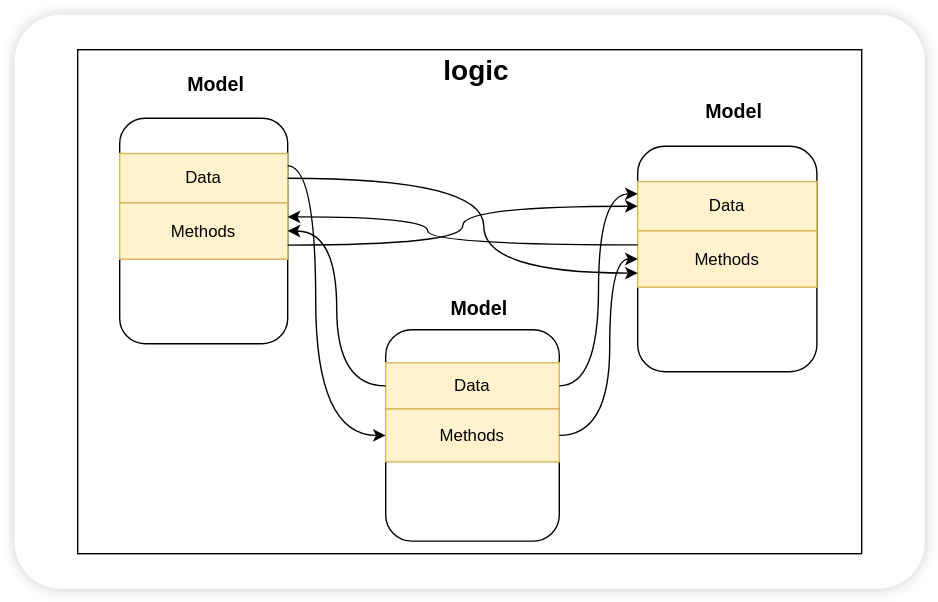
This is packages/public/logic-complex.drawio.svg from fluthjs/fluth-vue, a draw.io export, as it was before one commit. Source tidied: cells renumbered, new cells last; positions are measured from the earlier drawing's top-left corner, leaving out a move shared by most shapes. Its diagram source:
```xml
<mxGraphModel>
  <root>
    <mxCell id="0" />
    <mxCell id="1" parent="0" />
    <mxCell id="2" style="rounded=1;whiteSpace=wrap;html=1;fontFamily=Helvetica;fontSize=11;fontColor=default;labelBackgroundColor=default;arcSize=8;shadow=1;glass=0;strokeColor=none;shadowOffsetX=0;shadowOffsetY=0;shadowBlur=5;shadowColor=#333333;" parent="1" vertex="1">
      <mxGeometry width="650" height="410" as="geometry" />
    </mxCell>
    <mxCell id="3" style="rounded=0;whiteSpace=wrap;html=1;" parent="1" vertex="1">
      <mxGeometry x="45" y="25" width="560" height="360" as="geometry" />
    </mxCell>
    <mxCell id="4" value="&lt;font style=&quot;font-size: 20px;&quot;&gt;&lt;b&gt;logic&lt;/b&gt;&lt;/font&gt;" style="text;html=1;align=center;verticalAlign=middle;whiteSpace=wrap;rounded=0;fontFamily=Helvetica;fontSize=11;fontColor=default;labelBackgroundColor=default;" parent="1" vertex="1">
      <mxGeometry x="300" y="24" width="60" height="30" as="geometry" />
    </mxCell>
    <mxCell id="5" value="&lt;b&gt;&lt;font style=&quot;font-size: 14px;&quot;&gt;Model&lt;/font&gt;&lt;/b&gt;" style="text;html=1;align=center;verticalAlign=middle;whiteSpace=wrap;rounded=0;" parent="1" vertex="1">
      <mxGeometry x="114" y="35" width="60" height="30" as="geometry" />
    </mxCell>
    <mxCell id="6" value="&lt;b&gt;&lt;font style=&quot;font-size: 14px;&quot;&gt;Model&lt;/font&gt;&lt;/b&gt;" style="text;html=1;align=center;verticalAlign=middle;whiteSpace=wrap;rounded=0;" parent="1" vertex="1">
      <mxGeometry x="302" y="195" width="60" height="30" as="geometry" />
    </mxCell>
    <mxCell id="7" value="&lt;b&gt;&lt;font style=&quot;font-size: 14px;&quot;&gt;Model&lt;/font&gt;&lt;/b&gt;" style="text;html=1;align=center;verticalAlign=middle;whiteSpace=wrap;rounded=0;" parent="1" vertex="1">
      <mxGeometry x="484" y="54" width="60" height="30" as="geometry" />
    </mxCell>
    <mxCell id="8" style="group;direction=east;" parent="1" vertex="1">
      <mxGeometry x="75" y="74" width="120" height="161" as="geometry" />
    </mxCell>
    <mxCell id="9" style="rounded=1;whiteSpace=wrap;html=1;" parent="8" vertex="1">
      <mxGeometry width="120" height="161" as="geometry" />
    </mxCell>
    <mxCell id="10" value="Data" style="rounded=0;whiteSpace=wrap;html=1;fillColor=#fff2cc;strokeColor=#d6b656;" parent="8" vertex="1">
      <mxGeometry y="25.2" width="120" height="35.2" as="geometry" />
    </mxCell>
    <mxCell id="11" value="Methods" style="rounded=0;whiteSpace=wrap;html=1;fillColor=#fff2cc;strokeColor=#d6b656;" parent="8" vertex="1">
      <mxGeometry y="60.4" width="120" height="40.2" as="geometry" />
    </mxCell>
    <mxCell id="12" style="group;" parent="1" vertex="1">
      <mxGeometry x="265" y="225" width="124" height="151" as="geometry" />
    </mxCell>
    <mxCell id="13" style="rounded=1;whiteSpace=wrap;html=1;" parent="12" vertex="1">
      <mxGeometry width="124" height="151" as="geometry" />
    </mxCell>
    <mxCell id="14" value="Data" style="rounded=0;whiteSpace=wrap;html=1;fillColor=#fff2cc;strokeColor=#d6b656;" parent="12" vertex="1">
      <mxGeometry y="23.6" width="124" height="33" as="geometry" />
    </mxCell>
    <mxCell id="15" value="Methods" style="rounded=0;whiteSpace=wrap;html=1;fillColor=#fff2cc;strokeColor=#d6b656;" parent="12" vertex="1">
      <mxGeometry y="56.6" width="124" height="37.8" as="geometry" />
    </mxCell>
    <mxCell id="16" style="group;" parent="1" vertex="1">
      <mxGeometry x="445" y="94" width="128" height="161" as="geometry" />
    </mxCell>
    <mxCell id="17" style="rounded=1;whiteSpace=wrap;html=1;" parent="16" vertex="1">
      <mxGeometry width="128" height="161" as="geometry" />
    </mxCell>
    <mxCell id="18" value="Data" style="rounded=0;whiteSpace=wrap;html=1;fillColor=#fff2cc;strokeColor=#d6b656;" parent="16" vertex="1">
      <mxGeometry y="25.2" width="128" height="35.2" as="geometry" />
    </mxCell>
    <mxCell id="19" value="Methods" style="rounded=0;whiteSpace=wrap;html=1;fillColor=#fff2cc;strokeColor=#d6b656;" parent="16" vertex="1">
      <mxGeometry y="60.4" width="128" height="40.2" as="geometry" />
    </mxCell>
    <mxCell id="20" style="edgeStyle=orthogonalEdgeStyle;html=1;exitX=1;exitY=0.25;exitDx=0;exitDy=0;entryX=0;entryY=0.5;entryDx=0;entryDy=0;curved=1;" parent="1" edge="1" source="10" target="15">
      <mxGeometry relative="1" as="geometry">
        <Array as="points">
          <mxPoint x="215" y="108" />
          <mxPoint x="215" y="301" />
        </Array>
      </mxGeometry>
    </mxCell>
    <mxCell id="21" style="edgeStyle=orthogonalEdgeStyle;shape=connector;curved=1;rounded=1;html=1;exitX=0;exitY=0.5;exitDx=0;exitDy=0;entryX=1;entryY=0.5;entryDx=0;entryDy=0;strokeColor=default;align=center;verticalAlign=middle;fontFamily=Helvetica;fontSize=11;fontColor=default;labelBackgroundColor=default;endArrow=classic;" parent="1" edge="1" source="14" target="11">
      <mxGeometry relative="1" as="geometry" />
    </mxCell>
    <mxCell id="22" style="edgeStyle=orthogonalEdgeStyle;shape=connector;curved=1;rounded=1;html=1;entryX=0;entryY=0.5;entryDx=0;entryDy=0;strokeColor=default;align=center;verticalAlign=middle;fontFamily=Helvetica;fontSize=11;fontColor=default;labelBackgroundColor=default;endArrow=classic;" parent="1" edge="1" source="15" target="19">
      <mxGeometry relative="1" as="geometry">
        <Array as="points">
          <mxPoint x="425" y="301" />
          <mxPoint x="425" y="175" />
        </Array>
      </mxGeometry>
    </mxCell>
    <mxCell id="23" style="edgeStyle=orthogonalEdgeStyle;shape=connector;curved=1;rounded=1;html=1;exitX=1;exitY=0.75;exitDx=0;exitDy=0;entryX=0;entryY=0.5;entryDx=0;entryDy=0;strokeColor=default;align=center;verticalAlign=middle;fontFamily=Helvetica;fontSize=11;fontColor=default;labelBackgroundColor=default;endArrow=classic;" parent="1" edge="1" source="11" target="18">
      <mxGeometry relative="1" as="geometry" />
    </mxCell>
    <mxCell id="24" style="edgeStyle=orthogonalEdgeStyle;shape=connector;curved=1;rounded=1;html=1;exitX=0;exitY=0.25;exitDx=0;exitDy=0;entryX=1;entryY=0.25;entryDx=0;entryDy=0;strokeColor=default;align=center;verticalAlign=middle;fontFamily=Helvetica;fontSize=11;fontColor=default;labelBackgroundColor=default;endArrow=classic;" parent="1" edge="1" source="19" target="11">
      <mxGeometry relative="1" as="geometry">
        <Array as="points">
          <mxPoint x="295" y="164" />
          <mxPoint x="295" y="144" />
        </Array>
      </mxGeometry>
    </mxCell>
    <mxCell id="25" style="edgeStyle=orthogonalEdgeStyle;html=1;exitX=1;exitY=0.5;exitDx=0;exitDy=0;entryX=0;entryY=0.25;entryDx=0;entryDy=0;curved=1;" parent="1" edge="1" source="14" target="18">
      <mxGeometry relative="1" as="geometry" />
    </mxCell>
    <mxCell id="26" style="edgeStyle=orthogonalEdgeStyle;html=1;exitX=1;exitY=0.5;exitDx=0;exitDy=0;entryX=0;entryY=0.75;entryDx=0;entryDy=0;curved=1;" parent="1" edge="1" source="10" target="19">
      <mxGeometry relative="1" as="geometry">
        <Array as="points">
          <mxPoint x="335" y="117" />
          <mxPoint x="335" y="185" />
        </Array>
      </mxGeometry>
    </mxCell>
  </root>
</mxGraphModel>
```
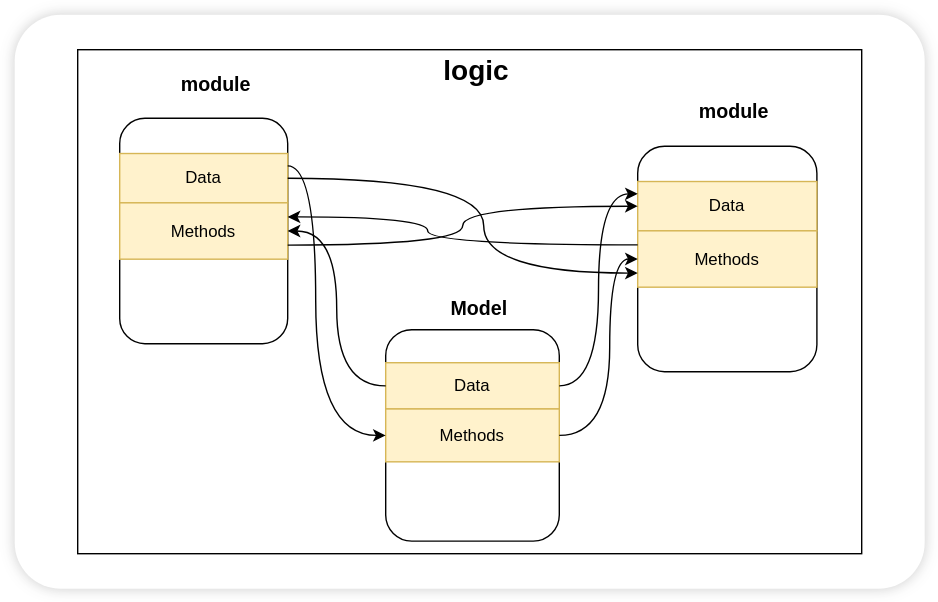
The same diagram one commit later.

Change to the diagram source:
```diff
@@ -11,13 +11,13 @@
     <mxCell id="4" value="&lt;font style=&quot;font-size: 20px;&quot;&gt;&lt;b&gt;logic&lt;/b&gt;&lt;/font&gt;" style="text;html=1;align=center;verticalAlign=middle;whiteSpace=wrap;rounded=0;fontFamily=Helvetica;fontSize=11;fontColor=default;labelBackgroundColor=default;" parent="1" vertex="1">
       <mxGeometry x="300" y="24" width="60" height="30" as="geometry" />
     </mxCell>
-    <mxCell id="5" value="&lt;b&gt;&lt;font style=&quot;font-size: 14px;&quot;&gt;Model&lt;/font&gt;&lt;/b&gt;" style="text;html=1;align=center;verticalAlign=middle;whiteSpace=wrap;rounded=0;" parent="1" vertex="1">
+    <mxCell id="5" value="&lt;b&gt;&lt;font style=&quot;font-size: 14px;&quot;&gt;module&lt;/font&gt;&lt;/b&gt;" style="text;html=1;align=center;verticalAlign=middle;whiteSpace=wrap;rounded=0;" parent="1" vertex="1">
       <mxGeometry x="114" y="35" width="60" height="30" as="geometry" />
     </mxCell>
     <mxCell id="6" value="&lt;b&gt;&lt;font style=&quot;font-size: 14px;&quot;&gt;Model&lt;/font&gt;&lt;/b&gt;" style="text;html=1;align=center;verticalAlign=middle;whiteSpace=wrap;rounded=0;" parent="1" vertex="1">
       <mxGeometry x="302" y="195" width="60" height="30" as="geometry" />
     </mxCell>
-    <mxCell id="7" value="&lt;b&gt;&lt;font style=&quot;font-size: 14px;&quot;&gt;Model&lt;/font&gt;&lt;/b&gt;" style="text;html=1;align=center;verticalAlign=middle;whiteSpace=wrap;rounded=0;" parent="1" vertex="1">
+    <mxCell id="7" value="&lt;b&gt;&lt;font style=&quot;font-size: 14px;&quot;&gt;module&lt;/font&gt;&lt;/b&gt;" style="text;html=1;align=center;verticalAlign=middle;whiteSpace=wrap;rounded=0;" parent="1" vertex="1">
       <mxGeometry x="484" y="54" width="60" height="30" as="geometry" />
     </mxCell>
     <mxCell id="8" style="group;direction=east;" parent="1" vertex="1">
```
